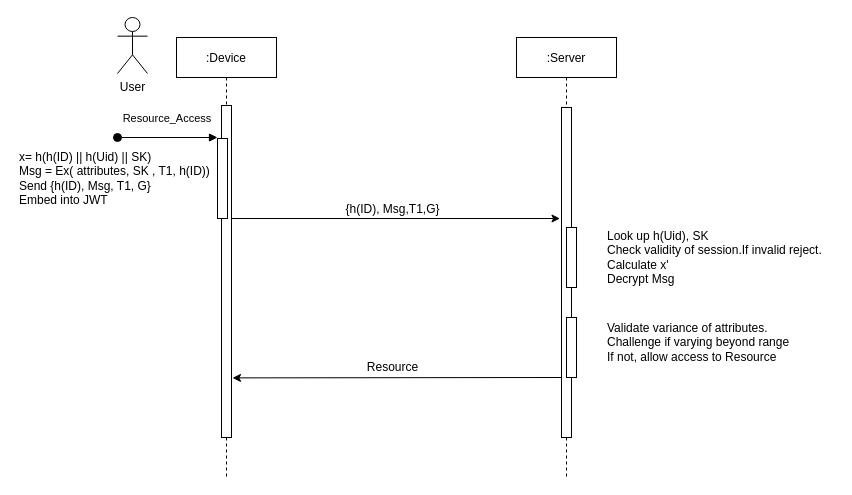
Before: ResourceAccess_Sequence_Diagram.drawio in vivinkrishnan/drawio, a draw.io diagram. Source tidied: cells renumbered, new cells numbered last; positions are measured from the earlier drawing's top-left corner, leaving out a move shared by most shapes. Both pictures are drawn from the tidied source at 100%, with x=0, y=0 at pixel (17, 17).
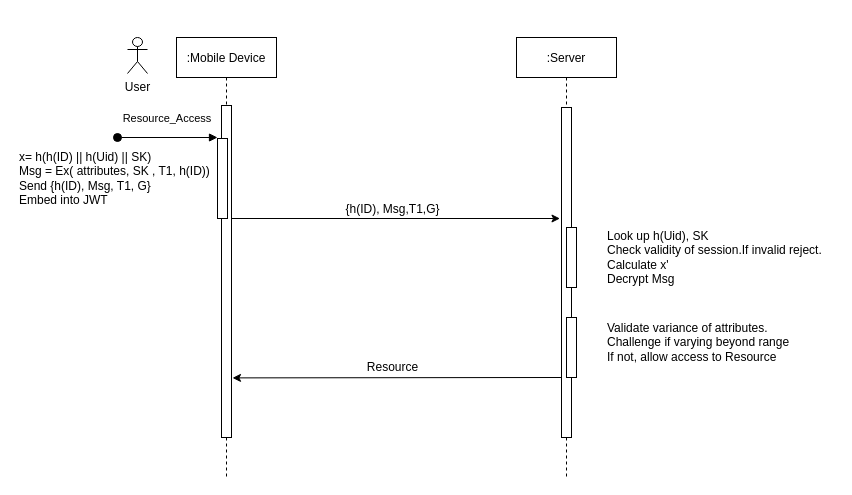
The same diagram, later.

The edit, as a diff of the source:
```diff
@@
-    <mxCell id="2" value=":Device" style="shape=umlLifeline;perimeter=lifelinePerimeter;rounded=0;shadow=0;strokeWidth=1;" parent="1" vertex="1">
+    <mxCell id="2" value=":Mobile Device" style="shape=umlLifeline;perimeter=lifelinePerimeter;rounded=0;shadow=0;strokeWidth=1;" parent="1" vertex="1">
       <mxGeometry x="159" y="20" width="100" height="440" as="geometry" />
     </mxCell>
@@
     <mxCell id="8" value="User" style="shape=umlActor;verticalLabelPosition=bottom;verticalAlign=top;html=1;" parent="1" vertex="1">
-      <mxGeometry x="100" width="30" height="56" as="geometry" />
+      <mxGeometry x="110" y="20" width="20" height="36" as="geometry" />
     </mxCell>
```
